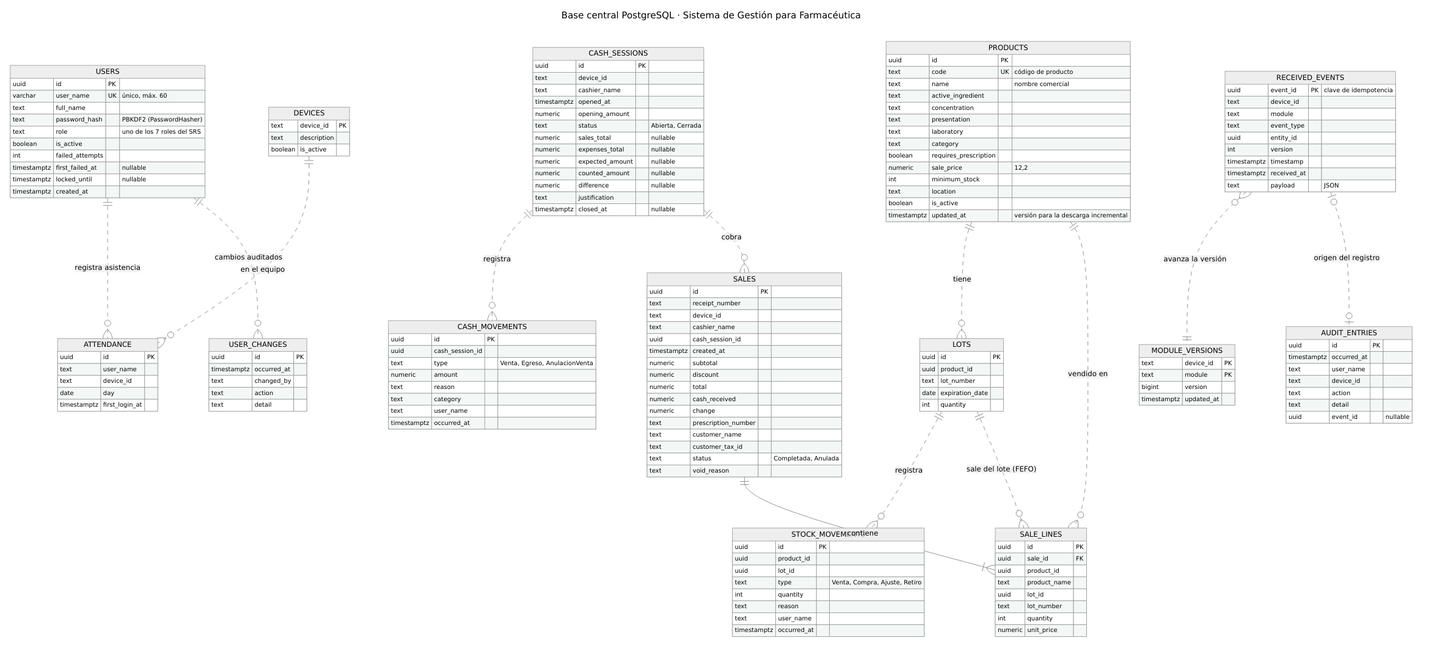
daniel69zz/legasoft keeps this Mermaid diagram as modelos/bd/er-completo.png. Above is the earlier version. Its source is kept beside it as modelos/bd/er-completo.mmd. The source it was exported from:
```mermaid
---
title: Base central PostgreSQL · Sistema de Gestión para Farmacéutica
---
erDiagram
    USERS {
        uuid id PK
        varchar user_name UK "único, máx. 60"
        text full_name
        text password_hash "PBKDF2 (PasswordHasher)"
        text role "uno de los 7 roles del SRS"
        boolean is_active
        int failed_attempts
        timestamptz first_failed_at "nullable"
        timestamptz locked_until "nullable"
        timestamptz created_at
    }
    DEVICES {
        text device_id PK
        text description
        boolean is_active
    }
    ATTENDANCE {
        uuid id PK
        text user_name
        text device_id
        date day
        timestamptz first_login_at
    }
    USER_CHANGES {
        uuid id PK
        timestamptz occurred_at
        text changed_by
        text action
        text detail
    }
    PRODUCTS {
        uuid id PK
        text code UK "código de producto"
        text name "nombre comercial"
        text active_ingredient
        text concentration
        text presentation
        text laboratory
        text category
        boolean requires_prescription
        numeric sale_price "12,2"
        int minimum_stock
        text location
        boolean is_active
        timestamptz updated_at "versión para la descarga incremental"
    }
    LOTS {
        uuid id PK
        uuid product_id
        text lot_number
        date expiration_date
        int quantity
    }
    STOCK_MOVEMENTS {
        uuid id PK
        uuid product_id
        uuid lot_id
        text type "Venta, Compra, Ajuste, Retiro"
        int quantity
        text reason
        text user_name
        timestamptz occurred_at
    }
    SALES {
        uuid id PK
        text receipt_number
        text device_id
        text cashier_name
        uuid cash_session_id
        timestamptz created_at
        numeric subtotal
        numeric discount
        numeric total
        numeric cash_received
        numeric change
        text prescription_number
        text customer_name
        text customer_tax_id
        text status "Completada, Anulada"
        text void_reason
    }
    SALE_LINES {
        uuid id PK
        uuid sale_id FK
        uuid product_id
        text product_name
        uuid lot_id
        text lot_number
        int quantity
        numeric unit_price
    }
    CASH_SESSIONS {
        uuid id PK
        text device_id
        text cashier_name
        timestamptz opened_at
        numeric opening_amount
        text status "Abierta, Cerrada"
        numeric sales_total "nullable"
        numeric expenses_total "nullable"
        numeric expected_amount "nullable"
        numeric counted_amount "nullable"
        numeric difference "nullable"
        text justification
        timestamptz closed_at "nullable"
    }
    CASH_MOVEMENTS {
        uuid id PK
        uuid cash_session_id
        text type "Venta, Egreso, AnulacionVenta"
        numeric amount
        text reason
        text category
        text user_name
        timestamptz occurred_at
    }
    AUDIT_ENTRIES {
        uuid id PK
        timestamptz occurred_at
        text user_name
        text device_id
        text action
        text detail
        uuid event_id "nullable"
    }
    RECEIVED_EVENTS {
        uuid event_id PK "clave de idempotencia"
        text device_id
        text module
        text event_type
        uuid entity_id
        int version
        timestamptz timestamp
        timestamptz received_at
        text payload "JSON"
    }
    MODULE_VERSIONS {
        text device_id PK
        text module PK
        bigint version
        timestamptz updated_at
    }
    USERS ||..o{ ATTENDANCE : "registra asistencia"
    DEVICES ||..o{ ATTENDANCE : "en el equipo"
    USERS ||..o{ USER_CHANGES : "cambios auditados"
    PRODUCTS ||..o{ LOTS : "tiene"
    LOTS ||..o{ STOCK_MOVEMENTS : "registra"
    SALES ||--|{ SALE_LINES : "contiene"
    PRODUCTS ||..o{ SALE_LINES : "vendido en"
    LOTS ||..o{ SALE_LINES : "sale del lote (FEFO)"
    CASH_SESSIONS ||..o{ CASH_MOVEMENTS : "registra"
    CASH_SESSIONS ||..o{ SALES : "cobra"
    RECEIVED_EVENTS }o..|| MODULE_VERSIONS : "avanza la versión"
    RECEIVED_EVENTS |o..o| AUDIT_ENTRIES : "origen del registro"
```
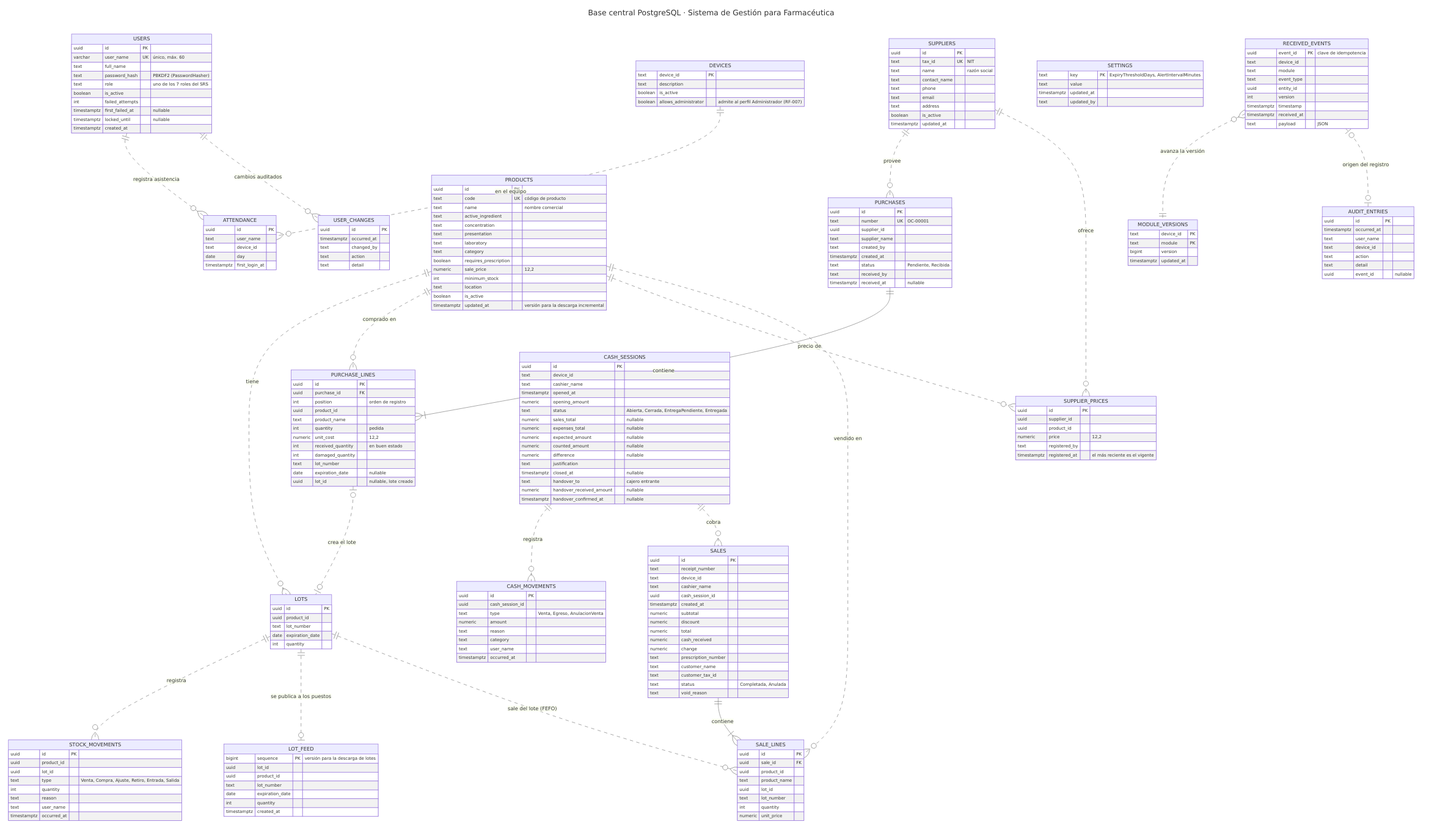
The same diagram one commit later.

What changed in the source:
```diff
@@ -18,6 +18,7 @@
         text device_id PK
         text description
         boolean is_active
+        boolean allows_administrator "admite al perfil Administrador (RF-007)"
     }
     ATTENDANCE {
         uuid id PK
@@ -60,11 +61,70 @@
         uuid id PK
         uuid product_id
         uuid lot_id
-        text type "Venta, Compra, Ajuste, Retiro"
+        text type "Venta, Compra, Ajuste, Retiro, Entrada, Salida"
         int quantity
         text reason
         text user_name
         timestamptz occurred_at
+    }
+    SUPPLIERS {
+        uuid id PK
+        text tax_id UK "NIT"
+        text name "razón social"
+        text contact_name
+        text phone
+        text email
+        text address
+        boolean is_active
+        timestamptz updated_at
+    }
+    PURCHASES {
+        uuid id PK
+        text number UK "OC-00001"
+        uuid supplier_id
+        text supplier_name
+        text created_by
+        timestamptz created_at
+        text status "Pendiente, Recibida"
+        text received_by
+        timestamptz received_at "nullable"
+    }
+    PURCHASE_LINES {
+        uuid id PK
+        uuid purchase_id FK
+        int position "orden de registro"
+        uuid product_id
+        text product_name
+        int quantity "pedida"
+        numeric unit_cost "12,2"
+        int received_quantity "en buen estado"
+        int damaged_quantity
+        text lot_number
+        date expiration_date "nullable"
+        uuid lot_id "nullable, lote creado"
+    }
+    SUPPLIER_PRICES {
+        uuid id PK
+        uuid supplier_id
+        uuid product_id
+        numeric price "12,2"
+        text registered_by
+        timestamptz registered_at "el más reciente es el vigente"
+    }
+    LOT_FEED {
+        bigint sequence PK "versión para la descarga de lotes"
+        uuid lot_id
+        uuid product_id
+        text lot_number
+        date expiration_date
+        int quantity
+        timestamptz created_at
+    }
+    SETTINGS {
+        text key PK "ExpiryThresholdDays, AlertIntervalMinutes"
+        text value
+        timestamptz updated_at
+        text updated_by
     }
     SALES {
         uuid id PK
@@ -100,7 +160,7 @@
         text cashier_name
         timestamptz opened_at
         numeric opening_amount
-        text status "Abierta, Cerrada"
+        text status "Abierta, Cerrada, EntregaPendiente, Entregada"
         numeric sales_total "nullable"
         numeric expenses_total "nullable"
         numeric expected_amount "nullable"
@@ -108,6 +168,9 @@
         numeric difference "nullable"
         text justification
         timestamptz closed_at "nullable"
+        text handover_to "cajero entrante"
+        numeric handover_received_amount "nullable"
+        timestamptz handover_confirmed_at "nullable"
     }
     CASH_MOVEMENTS {
         uuid id PK
@@ -150,6 +213,13 @@
     USERS ||..o{ USER_CHANGES : "cambios auditados"
     PRODUCTS ||..o{ LOTS : "tiene"
     LOTS ||..o{ STOCK_MOVEMENTS : "registra"
+    SUPPLIERS ||..o{ PURCHASES : "provee"
+    PURCHASES ||--|{ PURCHASE_LINES : "contiene"
+    PRODUCTS ||..o{ PURCHASE_LINES : "comprado en"
+    PURCHASE_LINES |o..o| LOTS : "crea el lote"
+    LOTS ||..o| LOT_FEED : "se publica a los puestos"
+    SUPPLIERS ||..o{ SUPPLIER_PRICES : "ofrece"
+    PRODUCTS ||..o{ SUPPLIER_PRICES : "precio de"
     SALES ||--|{ SALE_LINES : "contiene"
     PRODUCTS ||..o{ SALE_LINES : "vendido en"
     LOTS ||..o{ SALE_LINES : "sale del lote (FEFO)"
```
